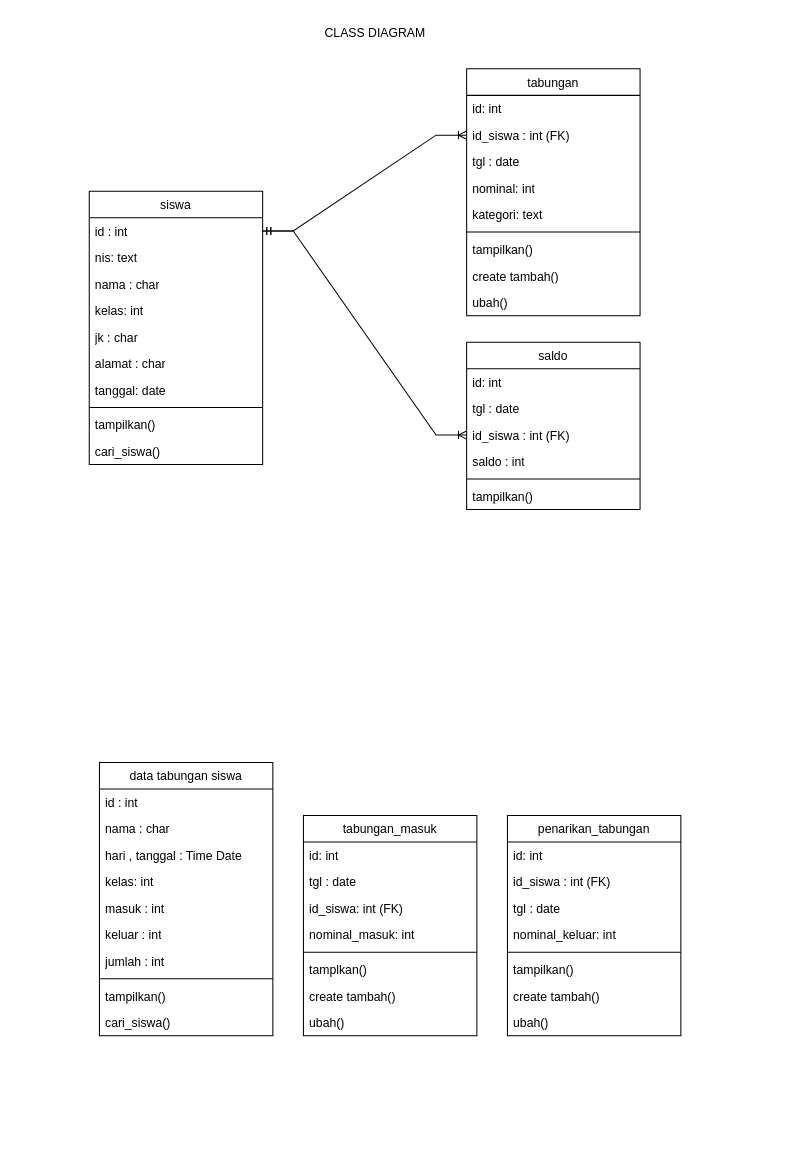
The draw.io diagram class-diagram.drawio in titapuspitas/Tefa-Tabungan, before the edit. Source tidied: cells renumbered, new cells numbered last; positions are measured from the earlier drawing's top-left corner, leaving out a move shared by most shapes. Both pictures are drawn from the tidied source at 102%, with x=0, y=0 at pixel (89, 17).
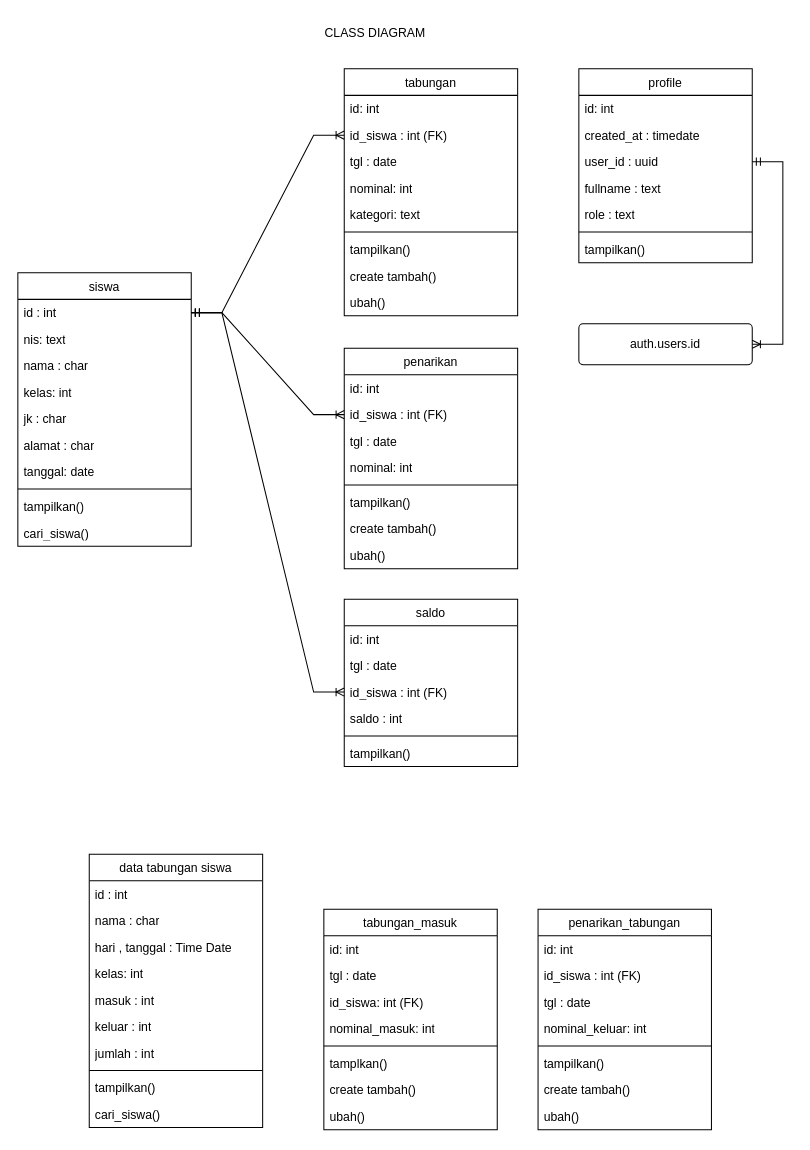
The same page after the edit.

Unchanged cells that the change refers to:
```xml
<mxCell id="12" value="id : int" style="text;strokeColor=none;fillColor=none;align=left;verticalAlign=top;spacingLeft=4;spacingRight=4;overflow=hidden;points=[[0,0.5],[1,0.5]];portConstraint=eastwest;whiteSpace=wrap;html=1;" parent="11" vertex="1">
  <mxGeometry y="26" width="170" height="26" as="geometry" />
</mxCell>
```

Change to the diagram source:
```diff
@@
     <mxCell id="2" value="&lt;span style=&quot;font-weight: 400;&quot;&gt;penarikan_tabungan&lt;/span&gt;" style="swimlane;fontStyle=1;align=center;verticalAlign=top;horizontal=1;startSize=26;whiteSpace=wrap;html=1;" parent="1" vertex="1">
-      <mxGeometry x="410" y="782" width="170" height="216" as="geometry" />
+      <mxGeometry x="440" y="874" width="170" height="216" as="geometry" />
     </mxCell>
@@
     <mxCell id="11" value="&lt;span style=&quot;font-weight: 400;&quot;&gt;siswa&lt;/span&gt;" style="swimlane;fontStyle=1;align=center;verticalAlign=top;horizontal=1;startSize=26;whiteSpace=wrap;html=1;" parent="1" vertex="1">
-      <mxGeometry y="170" width="170" height="268" as="geometry" />
+      <mxGeometry x="-70" y="250" width="170" height="268" as="geometry" />
     </mxCell>
@@
     <mxCell id="22" value="&lt;span style=&quot;font-weight: 400;&quot;&gt;tabungan_masuk&lt;/span&gt;" style="swimlane;fontStyle=1;align=center;verticalAlign=top;horizontal=1;startSize=26;whiteSpace=wrap;html=1;" parent="1" vertex="1">
-      <mxGeometry x="210" y="782" width="170" height="216" as="geometry" />
+      <mxGeometry x="230" y="874" width="170" height="216" as="geometry" />
     </mxCell>
@@
     <mxCell id="33" value="&lt;span style=&quot;font-weight: 400;&quot;&gt;data tabungan siswa&lt;/span&gt;" style="swimlane;fontStyle=1;align=center;verticalAlign=top;horizontal=1;startSize=26;whiteSpace=wrap;html=1;" parent="1" vertex="1">
-      <mxGeometry x="10" y="730" width="170" height="268" as="geometry" />
+      <mxGeometry y="820" width="170" height="268" as="geometry" />
     </mxCell>
@@
     <mxCell id="44" value="&lt;span style=&quot;font-weight: 400;&quot;&gt;tabungan&lt;/span&gt;" style="swimlane;fontStyle=1;align=center;verticalAlign=top;horizontal=1;startSize=26;whiteSpace=wrap;html=1;" parent="1" vertex="1">
-      <mxGeometry x="370" y="50" width="170" height="242" as="geometry" />
+      <mxGeometry x="250" y="50" width="170" height="242" as="geometry" />
     </mxCell>
@@
     <mxCell id="54" value="&lt;span style=&quot;font-weight: 400;&quot;&gt;saldo&lt;/span&gt;" style="swimlane;fontStyle=1;align=center;verticalAlign=top;horizontal=1;startSize=26;whiteSpace=wrap;html=1;" parent="1" vertex="1">
-      <mxGeometry x="370" y="318" width="170" height="164" as="geometry" />
+      <mxGeometry x="250" y="570" width="170" height="164" as="geometry" />
     </mxCell>
@@
+    <mxCell id="62" value="&lt;span style=&quot;font-weight: 400;&quot;&gt;penarikan&lt;/span&gt;" style="swimlane;fontStyle=1;align=center;verticalAlign=top;horizontal=1;startSize=26;whiteSpace=wrap;html=1;" parent="1" vertex="1">
+      <mxGeometry x="250" y="324" width="170" height="216" as="geometry" />
+    </mxCell>
+    <mxCell id="63" value="id: int" style="text;strokeColor=none;fillColor=none;align=left;verticalAlign=top;spacingLeft=4;spacingRight=4;overflow=hidden;whiteSpace=wrap;html=1;" parent="62" vertex="1">
+      <mxGeometry y="26" width="170" height="26" as="geometry" />
+    </mxCell>
+    <mxCell id="64" value="id_siswa : int (FK)" style="text;strokeColor=none;fillColor=none;align=left;verticalAlign=top;spacingLeft=4;spacingRight=4;overflow=hidden;points=[[0,0.5],[1,0.5]];portConstraint=eastwest;whiteSpace=wrap;html=1;" parent="62" vertex="1">
+      <mxGeometry y="52" width="170" height="26" as="geometry" />
+    </mxCell>
+    <mxCell id="65" value="tgl : date" style="text;strokeColor=none;fillColor=none;align=left;verticalAlign=top;spacingLeft=4;spacingRight=4;overflow=hidden;whiteSpace=wrap;html=1;" parent="62" vertex="1">
+      <mxGeometry y="78" width="170" height="26" as="geometry" />
+    </mxCell>
+    <mxCell id="66" value="nominal: int" style="text;strokeColor=none;fillColor=none;align=left;verticalAlign=top;spacingLeft=4;spacingRight=4;overflow=hidden;whiteSpace=wrap;html=1;" parent="62" vertex="1">
+      <mxGeometry y="104" width="170" height="26" as="geometry" />
+    </mxCell>
+    <mxCell id="67" style="line;strokeWidth=1;fillColor=none;align=left;verticalAlign=middle;spacingTop=-1;spacingLeft=3;spacingRight=3;labelPosition=right;strokeColor=inherit;" parent="62" vertex="1">
+      <mxGeometry y="130" width="170" height="8" as="geometry" />
+    </mxCell>
+    <mxCell id="68" value="tampilkan()" style="text;strokeColor=none;fillColor=none;align=left;verticalAlign=top;spacingLeft=4;spacingRight=4;overflow=hidden;whiteSpace=wrap;html=1;" parent="62" vertex="1">
+      <mxGeometry y="138" width="170" height="26" as="geometry" />
+    </mxCell>
+    <mxCell id="69" value="create tambah()" style="text;strokeColor=none;fillColor=none;align=left;verticalAlign=top;spacingLeft=4;spacingRight=4;overflow=hidden;whiteSpace=wrap;html=1;" parent="62" vertex="1">
+      <mxGeometry y="164" width="170" height="26" as="geometry" />
+    </mxCell>
+    <mxCell id="70" value="ubah()" style="text;strokeColor=none;fillColor=none;align=left;verticalAlign=top;spacingLeft=4;spacingRight=4;overflow=hidden;whiteSpace=wrap;html=1;" parent="62" vertex="1">
+      <mxGeometry y="190" width="170" height="26" as="geometry" />
+    </mxCell>
+    <mxCell id="71" style="edgeStyle=entityRelationEdgeStyle;fontSize=12;html=1;endArrow=ERoneToMany;startArrow=ERmandOne;rounded=0;exitX=1;exitY=0.5;exitDx=0;exitDy=0;entryX=0;entryY=0.5;entryDx=0;entryDy=0;" parent="1" edge="1" source="12" target="64">
+      <mxGeometry relative="1" as="geometry" />
+    </mxCell>
+    <mxCell id="72" value="&lt;span style=&quot;font-weight: 400;&quot;&gt;profile&lt;/span&gt;" style="swimlane;fontStyle=1;align=center;verticalAlign=top;horizontal=1;startSize=26;whiteSpace=wrap;html=1;" parent="1" vertex="1">
+      <mxGeometry x="480" y="50" width="170" height="190" as="geometry" />
+    </mxCell>
+    <mxCell id="73" value="id: int" style="text;strokeColor=none;fillColor=none;align=left;verticalAlign=top;spacingLeft=4;spacingRight=4;overflow=hidden;whiteSpace=wrap;html=1;" parent="72" vertex="1">
+      <mxGeometry y="26" width="170" height="26" as="geometry" />
+    </mxCell>
+    <mxCell id="74" value="created_at : timedate" style="text;strokeColor=none;fillColor=none;align=left;verticalAlign=top;spacingLeft=4;spacingRight=4;overflow=hidden;whiteSpace=wrap;html=1;" parent="72" vertex="1">
+      <mxGeometry y="52" width="170" height="26" as="geometry" />
+    </mxCell>
+    <mxCell id="75" value="user_id : uuid" style="text;strokeColor=none;fillColor=none;align=left;verticalAlign=top;spacingLeft=4;spacingRight=4;overflow=hidden;points=[[0,0.5],[1,0.5]];portConstraint=eastwest;whiteSpace=wrap;html=1;" parent="72" vertex="1">
+      <mxGeometry y="78" width="170" height="26" as="geometry" />
+    </mxCell>
+    <mxCell id="76" value="fullname : text" style="text;strokeColor=none;fillColor=none;align=left;verticalAlign=top;spacingLeft=4;spacingRight=4;overflow=hidden;whiteSpace=wrap;html=1;" parent="72" vertex="1">
+      <mxGeometry y="104" width="170" height="26" as="geometry" />
+    </mxCell>
+    <mxCell id="77" value="role : text" style="text;strokeColor=none;fillColor=none;align=left;verticalAlign=top;spacingLeft=4;spacingRight=4;overflow=hidden;whiteSpace=wrap;html=1;" parent="72" vertex="1">
+      <mxGeometry y="130" width="170" height="26" as="geometry" />
+    </mxCell>
+    <mxCell id="78" style="line;strokeWidth=1;fillColor=none;align=left;verticalAlign=middle;spacingTop=-1;spacingLeft=3;spacingRight=3;labelPosition=right;strokeColor=inherit;" parent="72" vertex="1">
+      <mxGeometry y="156" width="170" height="8" as="geometry" />
+    </mxCell>
+    <mxCell id="79" value="tampilkan()" style="text;strokeColor=none;fillColor=none;align=left;verticalAlign=top;spacingLeft=4;spacingRight=4;overflow=hidden;whiteSpace=wrap;html=1;" parent="72" vertex="1">
+      <mxGeometry y="164" width="170" height="26" as="geometry" />
+    </mxCell>
+    <mxCell id="80" value="auth.users.id" style="rounded=1;arcSize=10;whiteSpace=wrap;html=1;align=center;" parent="1" vertex="1">
+      <mxGeometry x="480" y="300" width="170" height="40" as="geometry" />
+    </mxCell>
+    <mxCell id="81" style="edgeStyle=entityRelationEdgeStyle;fontSize=12;html=1;endArrow=ERoneToMany;startArrow=ERmandOne;rounded=0;entryX=1;entryY=0.5;entryDx=0;entryDy=0;exitX=1;exitY=0.5;exitDx=0;exitDy=0;" parent="1" edge="1" source="75" target="80">
+      <mxGeometry relative="1" as="geometry">
+        <Array as="points">
+          <mxPoint x="680" y="350" />
+        </Array>
+      </mxGeometry>
+    </mxCell>
```
